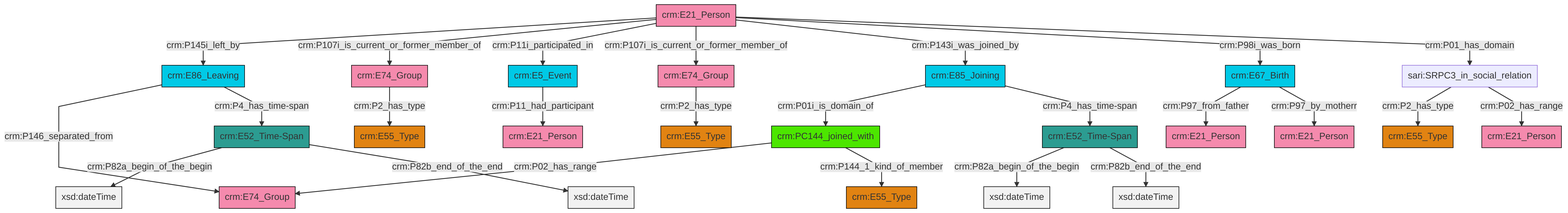
Above: et/personCSV/ttl/mmd/png/Person_Actor_Relations.png in swiss-art-research-net/reference-data-models (Mermaid), before the change. Its source is kept beside it as et/personCSV/ttl/mmd/Person_Actor_Relations.ttl.mmd.
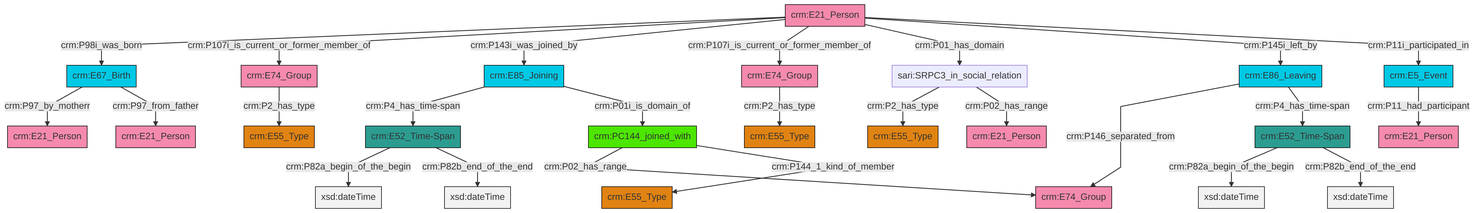
The same diagram one commit later.

What changed in the source:
```diff
@@ -13,27 +13,27 @@
 classDef PC_Classes fill:#4ce600, stroke:#000000;
 classDef Multi fill:#cccccc,stroke:#000000;
 
-2["crm:E85_Joining"]:::Temporal_Entity -->|crm:P01i_is_domain_of| 3["crm:PC144_joined_with"]:::PC_Classes
-6["crm:E74_Group"]:::Actor -->|crm:P2_has_type| 7["crm:E55_Type"]:::Type
-12["crm:E21_Person"]:::Actor -->|crm:P145i_left_by| 13["crm:E86_Leaving"]:::Temporal_Entity
-3["crm:PC144_joined_with"]:::PC_Classes -->|crm:P02_has_range| 10["crm:E74_Group"]:::Actor
-0["crm:E67_Birth"]:::Temporal_Entity -->|crm:P97_from_father| 14["crm:E21_Person"]:::Actor
-2["crm:E85_Joining"]:::Temporal_Entity -->|crm:P4_has_time-span| 8["crm:E52_Time-Span"]:::Time-Span
-17["crm:E74_Group"]:::Actor -->|crm:P2_has_type| 18["crm:E55_Type"]:::Type
-21["sari:SRPC3_in_social_relation"]:::Default -->|crm:P2_has_type| 22["crm:E55_Type"]:::Type
-21["sari:SRPC3_in_social_relation"]:::Default -->|crm:P02_has_range| 27["crm:E21_Person"]:::Actor
-12["crm:E21_Person"]:::Actor -->|crm:P107i_is_current_or_former_member_of| 6["crm:E74_Group"]:::Actor
-13["crm:E86_Leaving"]:::Temporal_Entity -->|crm:P146_separated_from| 10["crm:E74_Group"]:::Actor
-30["crm:E5_Event"]:::Temporal_Entity -->|crm:P11_had_participant| 19["crm:E21_Person"]:::Actor
-13["crm:E86_Leaving"]:::Temporal_Entity -->|crm:P4_has_time-span| 4["crm:E52_Time-Span"]:::Time-Span
-8["crm:E52_Time-Span"]:::Time-Span -->|crm:P82a_begin_of_the_begin| 35[xsd:dateTime]:::Literal
-4["crm:E52_Time-Span"]:::Time-Span -->|crm:P82a_begin_of_the_begin| 39[xsd:dateTime]:::Literal
-12["crm:E21_Person"]:::Actor -->|crm:P11i_participated_in| 30["crm:E5_Event"]:::Temporal_Entity
-0["crm:E67_Birth"]:::Temporal_Entity -->|crm:P97_by_motherr| 25["crm:E21_Person"]:::Actor
-4["crm:E52_Time-Span"]:::Time-Span -->|crm:P82b_end_of_the_end| 40[xsd:dateTime]:::Literal
-8["crm:E52_Time-Span"]:::Time-Span -->|crm:P82b_end_of_the_end| 41[xsd:dateTime]:::Literal
-3["crm:PC144_joined_with"]:::PC_Classes -->|crm:P144_1_kind_of_member| 31["crm:E55_Type"]:::Type
-12["crm:E21_Person"]:::Actor -->|crm:P107i_is_current_or_former_member_of| 17["crm:E74_Group"]:::Actor
-12["crm:E21_Person"]:::Actor -->|crm:P143i_was_joined_by| 2["crm:E85_Joining"]:::Temporal_Entity
-12["crm:E21_Person"]:::Actor -->|crm:P98i_was_born| 0["crm:E67_Birth"]:::Temporal_Entity
-12["crm:E21_Person"]:::Actor -->|crm:P01_has_domain| 21["sari:SRPC3_in_social_relation"]:::Default
+2["crm:E86_Leaving"]:::Temporal_Entity -->|crm:P146_separated_from| 8["crm:E74_Group"]:::Actor
+4["crm:E85_Joining"]:::Temporal_Entity -->|crm:P4_has_time-span| 11["crm:E52_Time-Span"]:::Time-Span
+12["crm:E21_Person"]:::Actor -->|crm:P98i_was_born| 13["crm:E67_Birth"]:::Temporal_Entity
+9["crm:PC144_joined_with"]:::PC_Classes -->|crm:P02_has_range| 8["crm:E74_Group"]:::Actor
+9["crm:PC144_joined_with"]:::PC_Classes -->|crm:P144_1_kind_of_member| 0["crm:E55_Type"]:::Type
+4["crm:E85_Joining"]:::Temporal_Entity -->|crm:P01i_is_domain_of| 9["crm:PC144_joined_with"]:::PC_Classes
+13["crm:E67_Birth"]:::Temporal_Entity -->|crm:P97_by_motherr| 19["crm:E21_Person"]:::Actor
+6["sari:SRPC3_in_social_relation"]:::Default -->|crm:P2_has_type| 24["crm:E55_Type"]:::Type
+25["crm:E74_Group"]:::Actor -->|crm:P2_has_type| 26["crm:E55_Type"]:::Type
+12["crm:E21_Person"]:::Actor -->|crm:P107i_is_current_or_former_member_of| 15["crm:E74_Group"]:::Actor
+11["crm:E52_Time-Span"]:::Time-Span -->|crm:P82a_begin_of_the_begin| 28[xsd:dateTime]:::Literal
+21["crm:E52_Time-Span"]:::Time-Span -->|crm:P82a_begin_of_the_begin| 29[xsd:dateTime]:::Literal
+12["crm:E21_Person"]:::Actor -->|crm:P143i_was_joined_by| 4["crm:E85_Joining"]:::Temporal_Entity
+6["sari:SRPC3_in_social_relation"]:::Default -->|crm:P02_has_range| 34["crm:E21_Person"]:::Actor
+13["crm:E67_Birth"]:::Temporal_Entity -->|crm:P97_from_father| 35["crm:E21_Person"]:::Actor
+12["crm:E21_Person"]:::Actor -->|crm:P107i_is_current_or_former_member_of| 25["crm:E74_Group"]:::Actor
+2["crm:E86_Leaving"]:::Temporal_Entity -->|crm:P4_has_time-span| 21["crm:E52_Time-Span"]:::Time-Span
+12["crm:E21_Person"]:::Actor -->|crm:P01_has_domain| 6["sari:SRPC3_in_social_relation"]:::Default
+12["crm:E21_Person"]:::Actor -->|crm:P145i_left_by| 2["crm:E86_Leaving"]:::Temporal_Entity
+38["crm:E5_Event"]:::Temporal_Entity -->|crm:P11_had_participant| 32["crm:E21_Person"]:::Actor
+21["crm:E52_Time-Span"]:::Time-Span -->|crm:P82b_end_of_the_end| 39[xsd:dateTime]:::Literal
+11["crm:E52_Time-Span"]:::Time-Span -->|crm:P82b_end_of_the_end| 41[xsd:dateTime]:::Literal
+12["crm:E21_Person"]:::Actor -->|crm:P11i_participated_in| 38["crm:E5_Event"]:::Temporal_Entity
+15["crm:E74_Group"]:::Actor -->|crm:P2_has_type| 17["crm:E55_Type"]:::Type
```
